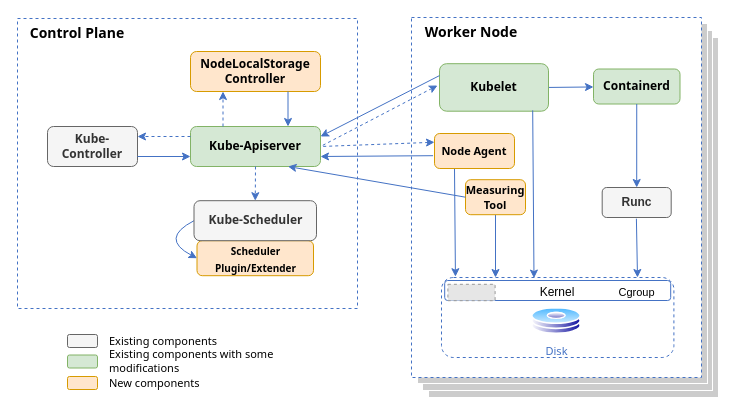
Before: page "architectural flow for emptyDir" (10 of 12) of diagram/net_disk_io_design_v1.drawio in IntelOpen/kubernetes, a draw.io diagram. Source tidied: cells renumbered, new cells numbered last; positions are measured from the earlier drawing's top-left corner, leaving out a move shared by most shapes. Both pictures are drawn from the tidied source at 100%, with x=0, y=0 at pixel (17, 17). Pictures stored in the file or linked from it are replaced by grey dashed boxes.
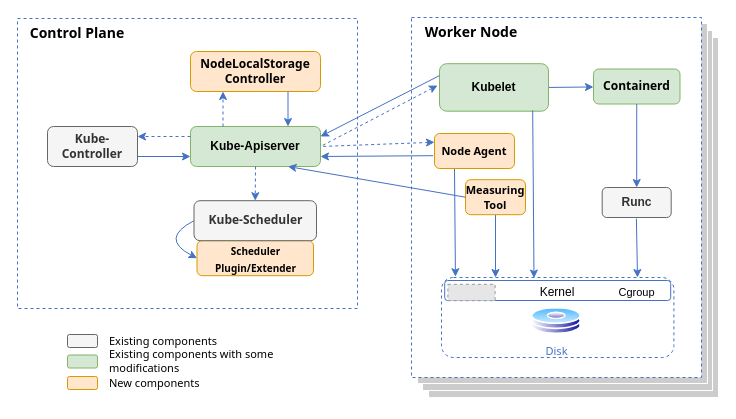
After the change.

Commit message:
Add measuring tool

Change to the diagram source:
```diff
@@
-    <mxCell id="7" value="&lt;h3 style=&quot;font-size: 12px;&quot;&gt;&lt;font style=&quot;font-size: 12px;&quot;&gt;Kube-Apiserver&lt;/font&gt;&lt;/h3&gt;" style="rounded=1;whiteSpace=wrap;html=1;strokeColor=#82b366;fillColor=#d5e8d4;fontSize=12;fontFamily=Tahoma;glass=0;" parent="1" vertex="1">
+    <mxCell id="7" value="&lt;h3 style=&quot;font-size: 12px;&quot;&gt;&lt;font style=&quot;font-size: 12px;&quot;&gt;Kube-Apiserver&lt;/font&gt;&lt;/h3&gt;" style="rounded=1;whiteSpace=wrap;html=1;strokeColor=#82b366;fillColor=#d5e8d4;fontSize=12;fontFamily=Helvetica;glass=0;" parent="1" vertex="1">
       <mxGeometry x="173" y="109" width="130" height="40" as="geometry" />
     </mxCell>
@@
-    <mxCell id="13" value="&lt;h3 style=&quot;font-size: 12px;&quot;&gt;Kubelet&lt;/h3&gt;" style="rounded=1;whiteSpace=wrap;html=1;strokeColor=#82b366;fillColor=#d5e8d4;align=center;fontFamily=Tahoma;fontSize=12;" parent="1" vertex="1">
+    <mxCell id="13" value="&lt;h3 style=&quot;font-size: 12px;&quot;&gt;Kubelet&lt;/h3&gt;" style="rounded=1;whiteSpace=wrap;html=1;strokeColor=#82b366;fillColor=#d5e8d4;align=center;fontFamily=Helvetica;fontSize=12;" parent="1" vertex="1">
       <mxGeometry x="422" y="46.2" width="109" height="47.5" as="geometry" />
     </mxCell>
```
